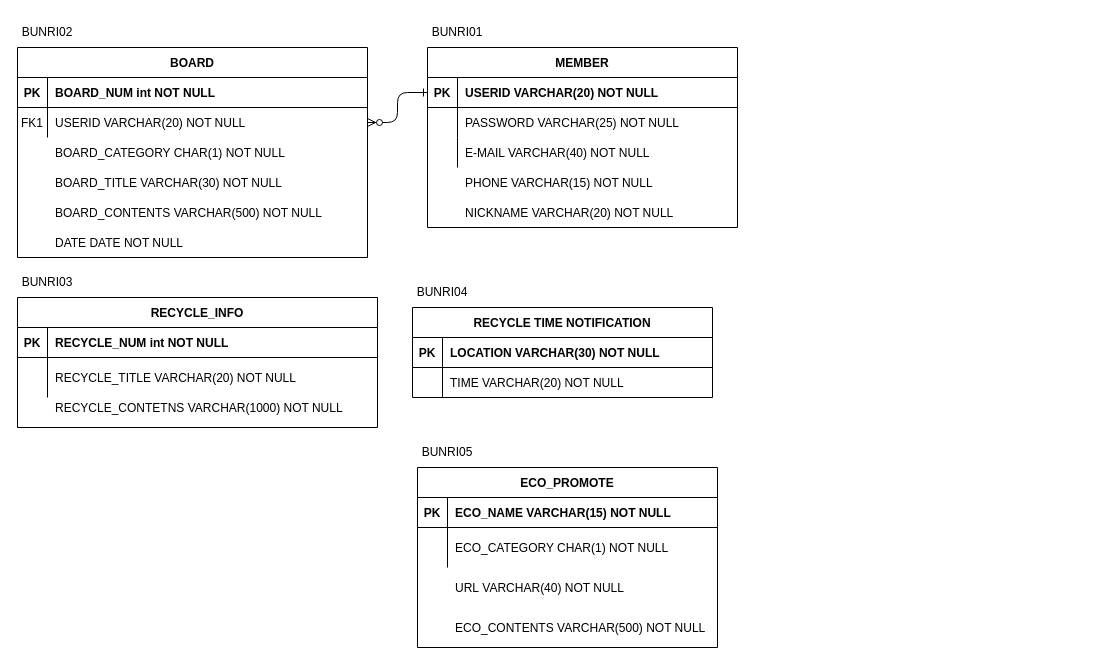
Earlier version of the draw.io diagram page "eng" (1 of 2) of recycleDB.drawio (jgy2808/TERM_Project). Source tidied: cells renumbered, new cells numbered last; positions are measured from the earlier drawing's top-left corner, leaving out a move shared by most shapes. Both pictures are drawn from the tidied source at 100%, with x=0, y=0 at pixel (17, 17).
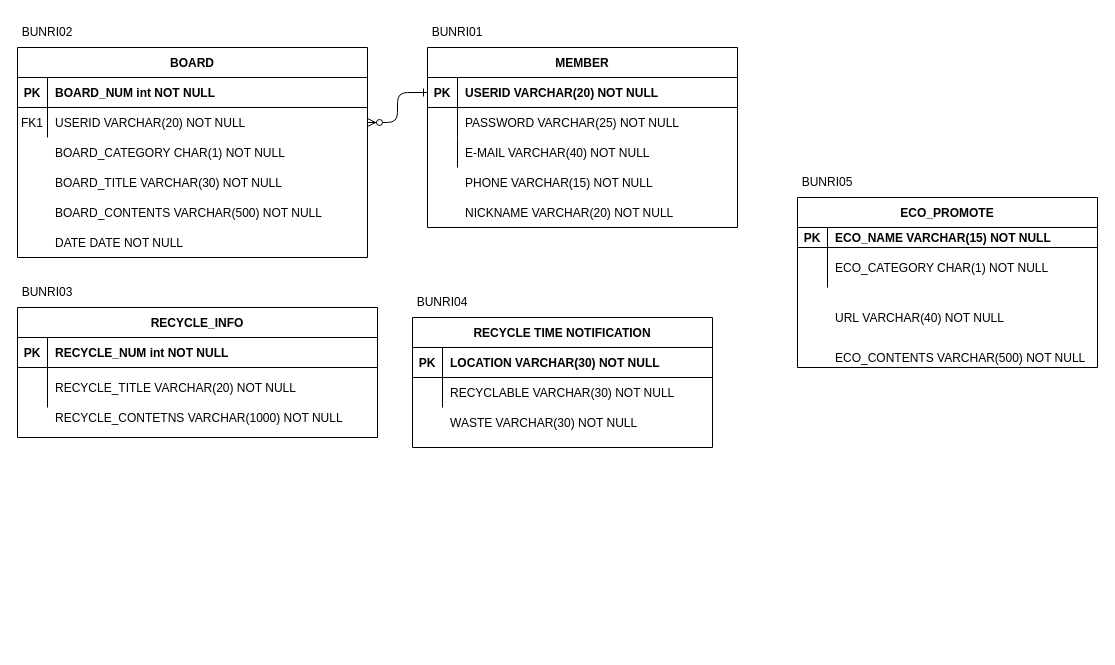
The same diagram, later.

The change refers to these unchanged cells:
```xml
<mxCell id="37" style="shape=partialRectangle;fillColor=none;top=0;left=0;right=0;bottom=0;" parent="33" vertex="1">
  <mxGeometry y="60" width="300" height="30" as="geometry" />
</mxCell>
```

What changed in the source:
```diff
@@
     <mxCell id="13" value="RECYCLE_INFO" style="shape=table;startSize=30;childLayout=tableLayout;rowLines=0;fontStyle=1;align=center;" parent="1" vertex="1">
-      <mxGeometry y="280" width="360" height="130" as="geometry" />
+      <mxGeometry y="290" width="360" height="130" as="geometry" />
     </mxCell>
@@
     <mxCell id="31" value="RECYCLE_CONTETNS VARCHAR(1000) NOT NULL " style="shape=partialRectangle;overflow=hidden;fillColor=none;top=0;left=0;bottom=0;right=0;align=left;spacingLeft=6;" parent="1" vertex="1">
-      <mxGeometry x="30" y="380" width="310" height="20" as="geometry" />
+      <mxGeometry x="30" y="390" width="310" height="20" as="geometry" />
     </mxCell>
@@
     <mxCell id="33" value="RECYCLE TIME NOTIFICATION" style="shape=table;startSize=30;childLayout=tableLayout;rowLines=0;fontStyle=1;align=center;" parent="1" vertex="1">
-      <mxGeometry x="395" y="290" width="300" height="90" as="geometry" />
+      <mxGeometry x="395" y="300" width="300" height="130" as="geometry" />
     </mxCell>
@@
-    <mxCell id="39" value="TIME VARCHAR(20) NOT NULL" style="shape=partialRectangle;overflow=hidden;fillColor=none;top=0;left=0;bottom=0;right=0;align=left;spacingLeft=6;" parent="37" vertex="1">
+    <mxCell id="39" value="RECYCLABLE VARCHAR(30) NOT NULL" style="shape=partialRectangle;overflow=hidden;fillColor=none;top=0;left=0;bottom=0;right=0;align=left;spacingLeft=6;" parent="37" vertex="1">
       <mxGeometry x="30" width="270" height="30" as="geometry" />
     </mxCell>
@@
     <mxCell id="41" value="BUNRI04" style="text;html=1;strokeColor=none;fillColor=none;align=center;verticalAlign=middle;whiteSpace=wrap;rounded=0;" parent="1" vertex="1">
-      <mxGeometry x="395" y="260" width="60" height="30" as="geometry" />
+      <mxGeometry x="395" y="270" width="60" height="30" as="geometry" />
     </mxCell>
     <mxCell id="42" value="BUNRI03" style="text;html=1;strokeColor=none;fillColor=none;align=center;verticalAlign=middle;whiteSpace=wrap;rounded=0;" parent="1" vertex="1">
-      <mxGeometry y="250" width="60" height="30" as="geometry" />
+      <mxGeometry y="260" width="60" height="30" as="geometry" />
     </mxCell>
@@
     <mxCell id="44" value="ECO_PROMOTE" style="shape=table;startSize=30;childLayout=tableLayout;rowLines=0;fontStyle=1;align=center;" parent="1" vertex="1">
-      <mxGeometry x="400" y="450" width="300" height="180" as="geometry" />
+      <mxGeometry x="780" y="180" width="300" height="170" as="geometry" />
     </mxCell>
     <mxCell id="45" style="shape=partialRectangle;fillColor=none;top=0;left=0;right=0;bottom=1;" parent="44" vertex="1">
-      <mxGeometry y="30" width="300" height="30" as="geometry" />
+      <mxGeometry y="30" width="300" height="20" as="geometry" />
     </mxCell>
     <mxCell id="46" value="PK" style="shape=partialRectangle;overflow=hidden;fillColor=none;top=0;left=0;bottom=0;right=0;fontStyle=1;" parent="45" vertex="1">
-      <mxGeometry width="30" height="30" as="geometry" />
+      <mxGeometry width="30" height="20" as="geometry" />
     </mxCell>
     <mxCell id="47" value="ECO_NAME VARCHAR(15) NOT NULL" style="shape=partialRectangle;overflow=hidden;fillColor=none;top=0;left=0;bottom=0;right=0;align=left;spacingLeft=6;fontStyle=1;" parent="45" vertex="1">
-      <mxGeometry x="30" width="270" height="30" as="geometry" />
+      <mxGeometry x="30" width="270" height="20" as="geometry" />
     </mxCell>
     <mxCell id="48" style="shape=partialRectangle;fillColor=none;top=0;left=0;right=0;bottom=0;" parent="44" vertex="1">
-      <mxGeometry y="60" width="300" height="40" as="geometry" />
+      <mxGeometry y="50" width="300" height="40" as="geometry" />
     </mxCell>
@@
     <mxCell id="51" value="BUNRI05" style="text;html=1;strokeColor=none;fillColor=none;align=center;verticalAlign=middle;whiteSpace=wrap;rounded=0;" parent="1" vertex="1">
-      <mxGeometry x="400" y="420" width="60" height="30" as="geometry" />
+      <mxGeometry x="780" y="150" width="60" height="30" as="geometry" />
     </mxCell>
@@
     <mxCell id="53" value="URL VARCHAR(40) NOT NULL" style="shape=partialRectangle;overflow=hidden;fillColor=none;top=0;left=0;bottom=0;right=0;align=left;spacingLeft=6;" parent="1" vertex="1">
-      <mxGeometry x="430" y="550" width="270" height="40" as="geometry" />
+      <mxGeometry x="810" y="280" width="270" height="40" as="geometry" />
     </mxCell>
     <mxCell id="54" value="ECO_CONTENTS VARCHAR(500) NOT NULL" style="shape=partialRectangle;overflow=hidden;fillColor=none;top=0;left=0;bottom=0;right=0;align=left;spacingLeft=6;" parent="1" vertex="1">
-      <mxGeometry x="430" y="590" width="270" height="40" as="geometry" />
+      <mxGeometry x="810" y="320" width="270" height="40" as="geometry" />
     </mxCell>
+    <mxCell id="55" value="WASTE VARCHAR(30) NOT NULL" style="shape=partialRectangle;overflow=hidden;fillColor=none;top=0;left=0;bottom=0;right=0;align=left;spacingLeft=6;" parent="1" vertex="1">
+      <mxGeometry x="425" y="390" width="270" height="30" as="geometry" />
+    </mxCell>
```
